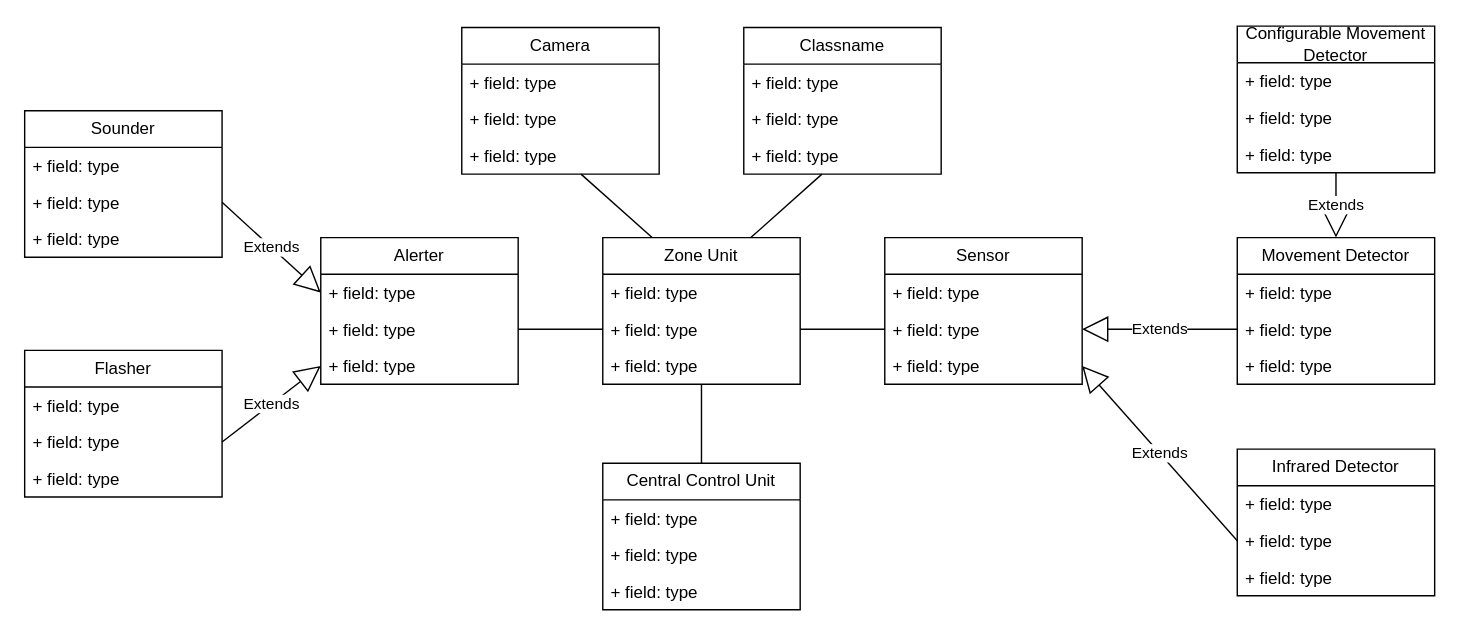
Earlier version of the draw.io diagram week12-workshop11.drawio (antonykimuom/SWEN30006-2025-SM1-workshop1-tuew05-14-00-team-12). Source tidied: cells renumbered, new cells numbered last; positions are measured from the earlier drawing's top-left corner, leaving out a move shared by most shapes. Both pictures are drawn from the tidied source at 141%, with x=0, y=0 at pixel (24, 25).
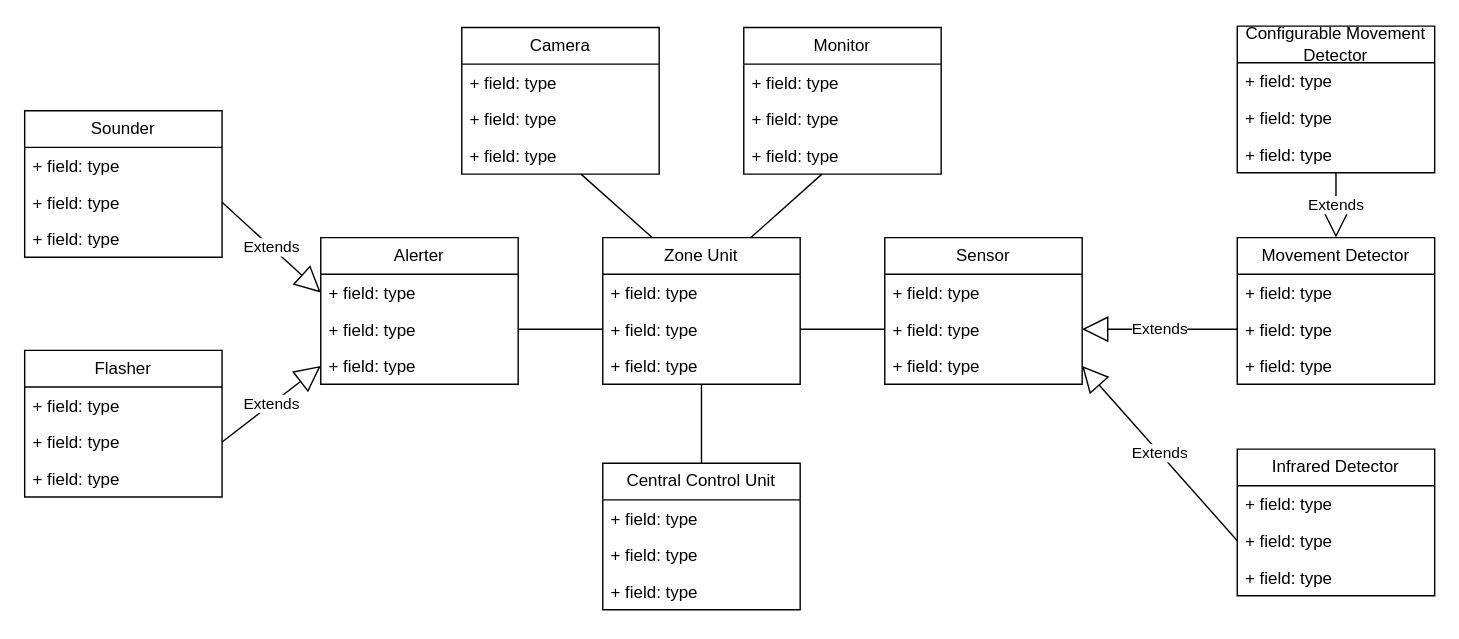
The same diagram, later.

Diff of the diagram source:
```diff
@@
-    <mxCell id="50" value="Classname" style="swimlane;fontStyle=0;horizontal=1;startSize=26;fillColor=none;whiteSpace=wrap;html=1;" parent="1" vertex="1">
+    <mxCell id="50" value="Monitor" style="swimlane;fontStyle=0;horizontal=1;startSize=26;fillColor=none;whiteSpace=wrap;html=1;" parent="1" vertex="1">
       <mxGeometry x="510" y="1" width="140" height="104" as="geometry" />
     </mxCell>
```
